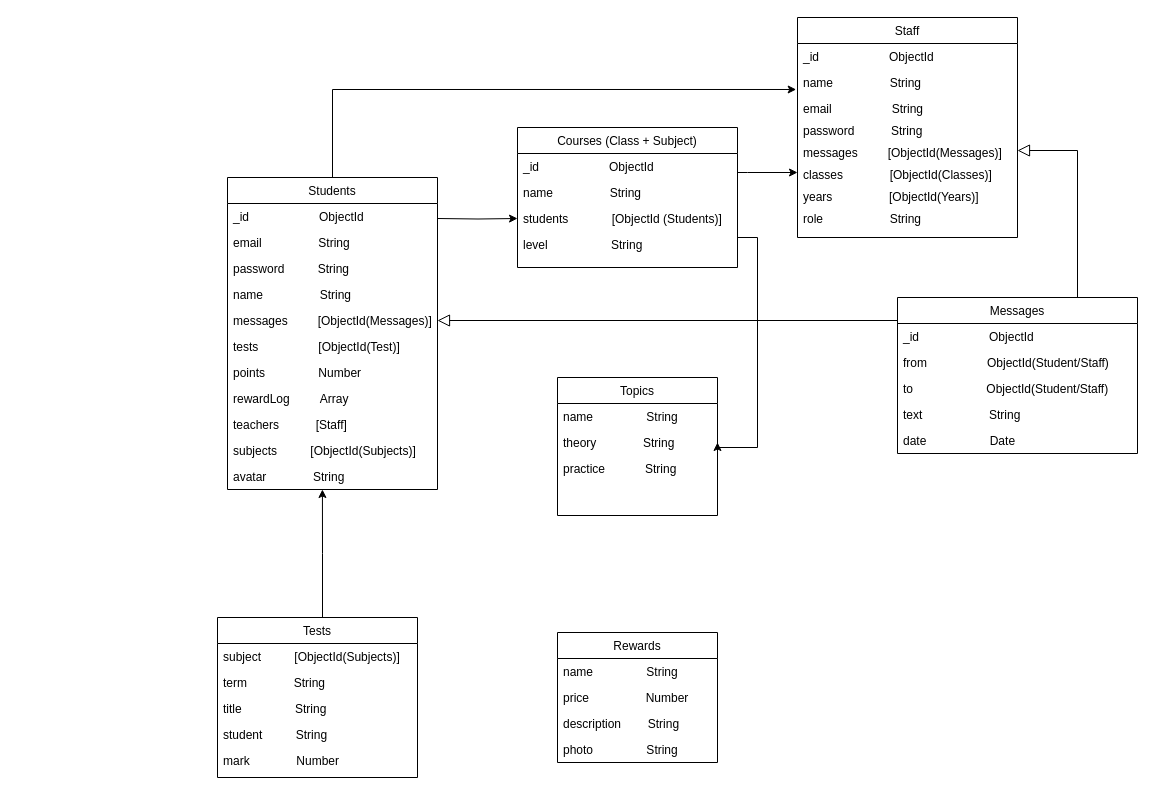
This is page "MVP-1" (2 of 3) of Untitled Diagram.drawio from adrian-diez/Funification, a draw.io file, before an edit. Source tidied: cells renumbered, new cells numbered last; positions are measured from the earlier drawing's top-left corner, leaving out a move shared by most shapes. Both pictures are drawn from the tidied source at 100%, with x=0, y=0 at pixel (217, 17).
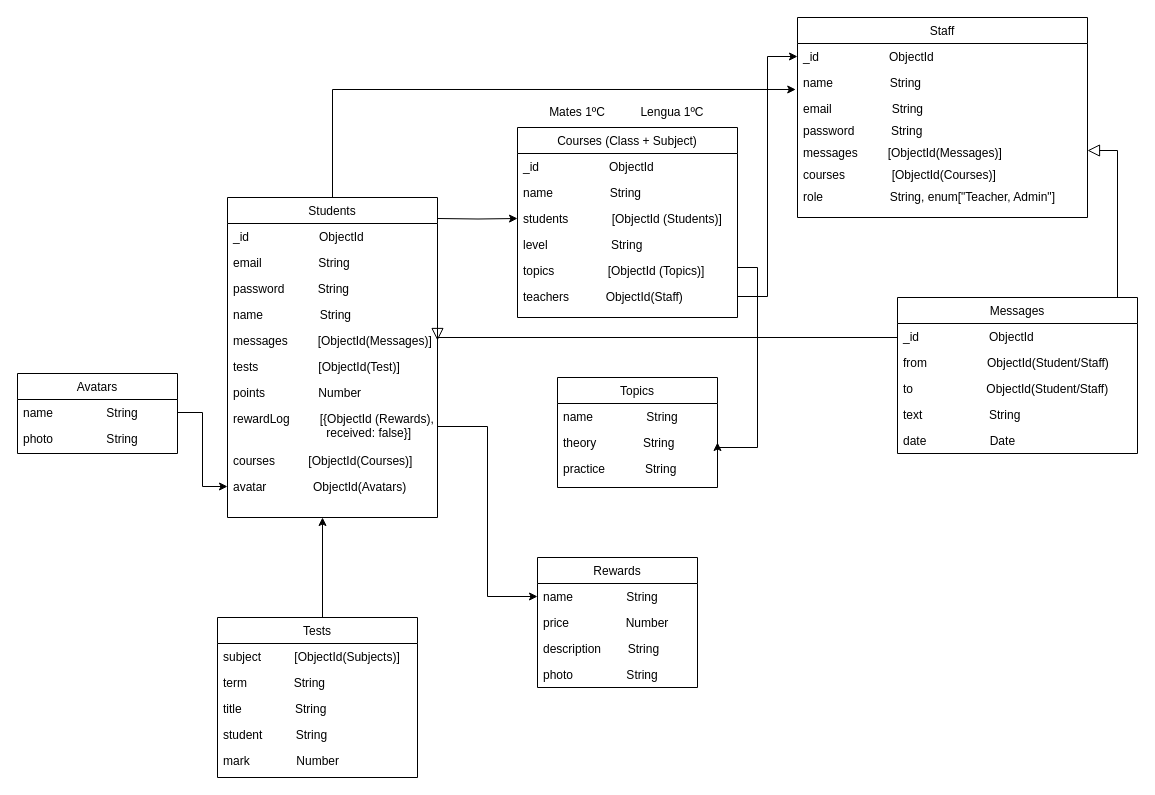
The same page after the edit.

Unchanged cells that the change refers to:
```xml
<mxCell id="3" value="name                String" style="text;align=left;verticalAlign=top;spacingLeft=4;spacingRight=4;overflow=hidden;points=[[0,0.5],[1,0.5]];portConstraint=eastwest;" parent="2" vertex="1">
  <mxGeometry y="26" width="160" height="26" as="geometry" />
</mxCell>
<mxCell id="13" value="messages         [ObjectId(Messages)]" style="text;align=left;verticalAlign=top;spacingLeft=4;spacingRight=4;overflow=hidden;points=[[0,0.5],[1,0.5]];portConstraint=eastwest;rounded=0;shadow=0;html=0;" parent="8" vertex="1">
  <mxGeometry y="130" width="210" height="26" as="geometry" />
</mxCell>
<mxCell id="31" value="_id                     ObjectId" style="text;align=left;verticalAlign=top;spacingLeft=4;spacingRight=4;overflow=hidden;points=[[0,0.5],[1,0.5]];portConstraint=eastwest;" parent="30" vertex="1">
  <mxGeometry y="26" width="220" height="26" as="geometry" />
</mxCell>
<mxCell id="36" value="Tests" style="swimlane;fontStyle=0;align=center;verticalAlign=top;horizontal=1;startSize=26;rounded=0;shadow=0;strokeWidth=1;" parent="1" vertex="1">
  <mxGeometry y="600" width="200" height="160" as="geometry" />
</mxCell>
<mxCell id="44" value="theory              String" style="text;align=left;verticalAlign=top;spacingLeft=4;spacingRight=4;overflow=hidden;points=[[0,0.5],[1,0.5]];portConstraint=eastwest;" parent="42" vertex="1">
  <mxGeometry y="52" width="160" height="26" as="geometry" />
</mxCell>
<mxCell id="48" value="Messages" style="swimlane;fontStyle=0;align=center;verticalAlign=top;horizontal=1;startSize=26;rounded=0;shadow=0;strokeWidth=1;" parent="1" vertex="1">
  <mxGeometry x="680" y="280" width="240" height="156" as="geometry" />
</mxCell>
<mxCell id="51" value="to                      ObjectId(Student/Staff)" style="text;align=left;verticalAlign=top;spacingLeft=4;spacingRight=4;overflow=hidden;points=[[0,0.5],[1,0.5]];portConstraint=eastwest;rounded=0;shadow=0;html=0;" parent="48" vertex="1">
  <mxGeometry y="78" width="240" height="26" as="geometry" />
</mxCell>
```

The edit, as a diff of the source:
```diff
@@
     <mxCell id="2" value="Rewards" style="swimlane;fontStyle=0;align=center;verticalAlign=top;horizontal=1;startSize=26;rounded=0;shadow=0;strokeWidth=1;" parent="1" vertex="1">
-      <mxGeometry x="340" y="615" width="160" height="130" as="geometry" />
+      <mxGeometry x="320" y="540" width="160" height="130" as="geometry" />
     </mxCell>
@@
     <mxCell id="8" value="Students" style="swimlane;fontStyle=0;align=center;verticalAlign=top;horizontal=1;startSize=26;rounded=0;shadow=0;strokeWidth=1;" parent="1" vertex="1">
-      <mxGeometry x="10" y="160" width="210" height="312" as="geometry" />
+      <mxGeometry x="10" y="180" width="210" height="320" as="geometry" />
     </mxCell>
@@
-    <mxCell id="16" value="rewardLog         Array" style="text;align=left;verticalAlign=top;spacingLeft=4;spacingRight=4;overflow=hidden;points=[[0,0.5],[1,0.5]];portConstraint=eastwest;rounded=0;shadow=0;html=0;" parent="8" vertex="1">
-      <mxGeometry y="208" width="210" height="26" as="geometry" />
+    <mxCell id="16" value="rewardLog         [{ObjectId (Rewards),&#10;                            received: false}]" style="text;align=left;verticalAlign=top;spacingLeft=4;spacingRight=4;overflow=hidden;points=[[0,0.5],[1,0.5]];portConstraint=eastwest;rounded=0;shadow=0;html=0;" parent="8" vertex="1">
+      <mxGeometry y="208" width="210" height="42" as="geometry" />
     </mxCell>
-    <mxCell id="17" value="teachers           [Staff]" style="text;align=left;verticalAlign=top;spacingLeft=4;spacingRight=4;overflow=hidden;points=[[0,0.5],[1,0.5]];portConstraint=eastwest;rounded=0;shadow=0;html=0;" parent="8" vertex="1">
-      <mxGeometry y="234" width="210" height="26" as="geometry" />
-    </mxCell>
-    <mxCell id="18" value="subjects          [ObjectId(Subjects)]" style="text;align=left;verticalAlign=top;spacingLeft=4;spacingRight=4;overflow=hidden;rounded=0;shadow=0;html=0;" parent="8" vertex="1">
-      <mxGeometry y="260" width="210" height="26" as="geometry" />
+    <mxCell id="18" value="courses          [ObjectId(Courses)]" style="text;align=left;verticalAlign=top;spacingLeft=4;spacingRight=4;overflow=hidden;rounded=0;shadow=0;html=0;" parent="8" vertex="1">
+      <mxGeometry y="250" width="210" height="26" as="geometry" />
     </mxCell>
-    <mxCell id="19" value="avatar              String" style="text;align=left;verticalAlign=top;spacingLeft=4;spacingRight=4;overflow=hidden;points=[[0,0.5],[1,0.5]];portConstraint=eastwest;rounded=0;shadow=0;html=0;" parent="8" vertex="1">
-      <mxGeometry y="286" width="210" height="26" as="geometry" />
+    <mxCell id="19" value="avatar              ObjectId(Avatars)" style="text;align=left;verticalAlign=top;spacingLeft=4;spacingRight=4;overflow=hidden;points=[[0,0.5],[1,0.5]];portConstraint=eastwest;rounded=0;shadow=0;html=0;" parent="8" vertex="1">
+      <mxGeometry y="276" width="210" height="26" as="geometry" />
     </mxCell>
     <mxCell id="20" value="Staff" style="swimlane;fontStyle=0;align=center;verticalAlign=top;horizontal=1;startSize=26;rounded=0;shadow=0;strokeWidth=1;" parent="1" vertex="1">
-      <mxGeometry x="580" width="220" height="220" as="geometry" />
+      <mxGeometry x="580" width="290" height="200" as="geometry" />
     </mxCell>
     <mxCell id="21" value="_id                     ObjectId" style="text;align=left;verticalAlign=top;spacingLeft=4;spacingRight=4;overflow=hidden;points=[[0,0.5],[1,0.5]];portConstraint=eastwest;" parent="20" vertex="1">
-      <mxGeometry y="26" width="220" height="26" as="geometry" />
+      <mxGeometry y="26" width="290" height="26" as="geometry" />
     </mxCell>
     <mxCell id="22" value="name                 String" style="text;align=left;verticalAlign=top;spacingLeft=4;spacingRight=4;overflow=hidden;points=[[0,0.5],[1,0.5]];portConstraint=eastwest;rounded=0;shadow=0;html=0;" parent="20" vertex="1">
-      <mxGeometry y="52" width="220" height="26" as="geometry" />
+      <mxGeometry y="52" width="290" height="26" as="geometry" />
     </mxCell>
     <mxCell id="23" value="email                  String" style="text;align=left;verticalAlign=top;spacingLeft=4;spacingRight=4;overflow=hidden;rounded=0;shadow=0;html=0;" parent="20" vertex="1">
-      <mxGeometry y="78" width="220" height="22" as="geometry" />
+      <mxGeometry y="78" width="290" height="22" as="geometry" />
     </mxCell>
     <mxCell id="24" value="password           String" style="text;align=left;verticalAlign=top;spacingLeft=4;spacingRight=4;overflow=hidden;rounded=0;shadow=0;html=0;" parent="20" vertex="1">
-      <mxGeometry y="100" width="220" height="22" as="geometry" />
+      <mxGeometry y="100" width="290" height="22" as="geometry" />
     </mxCell>
     <mxCell id="25" value="messages         [ObjectId(Messages)]" style="text;align=left;verticalAlign=top;spacingLeft=4;spacingRight=4;overflow=hidden;points=[[0,0.5],[1,0.5]];portConstraint=eastwest;rounded=0;shadow=0;html=0;" parent="20" vertex="1">
-      <mxGeometry y="122" width="220" height="22" as="geometry" />
+      <mxGeometry y="122" width="290" height="22" as="geometry" />
     </mxCell>
-    <mxCell id="26" value="classes              [ObjectId(Classes)]" style="text;align=left;verticalAlign=top;spacingLeft=4;spacingRight=4;overflow=hidden;points=[[0,0.5],[1,0.5]];portConstraint=eastwest;rounded=0;shadow=0;html=0;" parent="20" vertex="1">
-      <mxGeometry y="144" width="220" height="22" as="geometry" />
+    <mxCell id="26" value="courses              [ObjectId(Courses)]" style="text;align=left;verticalAlign=top;spacingLeft=4;spacingRight=4;overflow=hidden;points=[[0,0.5],[1,0.5]];portConstraint=eastwest;rounded=0;shadow=0;html=0;" parent="20" vertex="1">
+      <mxGeometry y="144" width="290" height="22" as="geometry" />
     </mxCell>
-    <mxCell id="27" value="years                 [ObjectId(Years)]" style="text;align=left;verticalAlign=top;spacingLeft=4;spacingRight=4;overflow=hidden;rounded=0;shadow=0;html=0;" parent="20" vertex="1">
-      <mxGeometry y="166" width="220" height="22" as="geometry" />
-    </mxCell>
-    <mxCell id="28" value="role                    String" style="text;align=left;verticalAlign=top;spacingLeft=4;spacingRight=4;overflow=hidden;rounded=0;shadow=0;html=0;" parent="20" vertex="1">
-      <mxGeometry y="188" width="220" height="22" as="geometry" />
+    <mxCell id="28" value="role                    String, enum[&quot;Teacher, Admin&quot;]" style="text;align=left;verticalAlign=top;spacingLeft=4;spacingRight=4;overflow=hidden;rounded=0;shadow=0;html=0;" parent="20" vertex="1">
+      <mxGeometry y="166" width="290" height="22" as="geometry" />
     </mxCell>
     <mxCell id="29" style="edgeStyle=orthogonalEdgeStyle;rounded=0;jettySize=auto;html=1;entryX=1;entryY=0.5;entryDx=0;entryDy=0;" parent="1" edge="1" source="30" target="44">
       <mxGeometry relative="1" as="geometry">
         <Array as="points">
-          <mxPoint x="540" y="220" />
+          <mxPoint x="540" y="250" />
           <mxPoint x="540" y="430" />
           <mxPoint x="500" y="430" />
         </Array>
       </mxGeometry>
     </mxCell>
     <mxCell id="30" value="Courses (Class + Subject)" style="swimlane;fontStyle=0;align=center;verticalAlign=top;horizontal=1;startSize=26;rounded=0;shadow=0;strokeWidth=1;" parent="1" vertex="1">
-      <mxGeometry x="300" y="110" width="220" height="140" as="geometry" />
+      <mxGeometry x="300" y="110" width="220" height="190" as="geometry" />
     </mxCell>
@@
+    <mxCell id="56" value="topics                [ObjectId (Topics)]" style="text;align=left;verticalAlign=top;spacingLeft=4;spacingRight=4;overflow=hidden;rounded=0;shadow=0;html=0;" parent="30" vertex="1">
+      <mxGeometry y="130" width="220" height="26" as="geometry" />
+    </mxCell>
+    <mxCell id="17" value="teachers           ObjectId(Staff)" style="text;align=left;verticalAlign=top;spacingLeft=4;spacingRight=4;overflow=hidden;points=[[0,0.5],[1,0.5]];portConstraint=eastwest;rounded=0;shadow=0;html=0;" parent="30" vertex="1">
+      <mxGeometry y="156" width="220" height="26" as="geometry" />
+    </mxCell>
-    <mxCell id="35" style="edgeStyle=orthogonalEdgeStyle;rounded=0;jettySize=auto;html=1;entryX=0.452;entryY=1;entryDx=0;entryDy=0;entryPerimeter=0;exitX=0.525;exitY=0;exitDx=0;exitDy=0;exitPerimeter=0;" parent="1" edge="1" source="36" target="19">
-      <mxGeometry relative="1" as="geometry" />
+    <mxCell id="35" style="edgeStyle=orthogonalEdgeStyle;rounded=0;jettySize=auto;html=1;exitX=0.525;exitY=0;exitDx=0;exitDy=0;exitPerimeter=0;" parent="1" edge="1" source="36">
+      <mxGeometry relative="1" as="geometry">
+        <mxPoint x="105" y="500" as="targetPoint" />
+      </mxGeometry>
     </mxCell>
@@
     <mxCell id="42" value="Topics" style="swimlane;fontStyle=0;align=center;verticalAlign=top;horizontal=1;startSize=26;rounded=0;shadow=0;strokeWidth=1;" parent="1" vertex="1">
-      <mxGeometry x="340" y="360" width="160" height="138" as="geometry" />
+      <mxGeometry x="340" y="360" width="160" height="110" as="geometry" />
     </mxCell>
@@
     <mxCell id="46" style="endArrow=block;endSize=10;endFill=0;shadow=0;strokeWidth=1;rounded=0;edgeStyle=orthogonalEdgeStyle;elbow=vertical;entryX=1;entryY=0.5;entryDx=0;entryDy=0;startArrow=none;" parent="1" edge="1" source="48" target="25">
       <mxGeometry relative="1" as="geometry">
         <Array as="points">
-          <mxPoint x="860" y="133" />
+          <mxPoint x="900" y="133" />
         </Array>
       </mxGeometry>
     </mxCell>
     <mxCell id="47" style="endArrow=block;endSize=10;endFill=0;shadow=0;strokeWidth=1;rounded=0;edgeStyle=orthogonalEdgeStyle;elbow=vertical;exitX=0;exitY=0.5;exitDx=0;exitDy=0;entryX=1;entryY=0.5;entryDx=0;entryDy=0;" parent="1" edge="1" source="51" target="13">
       <mxGeometry relative="1" as="geometry">
         <Array as="points">
-          <mxPoint x="680" y="303" />
+          <mxPoint x="680" y="320" />
+          <mxPoint x="220" y="320" />
         </Array>
       </mxGeometry>
     </mxCell>
@@
-    <mxCell id="55" style="edgeStyle=orthogonalEdgeStyle;rounded=0;jettySize=auto;html=1;entryX=0;entryY=0.5;entryDx=0;entryDy=0;" parent="1" edge="1" source="31" target="26">
-      <mxGeometry relative="1" as="geometry">
-        <Array as="points">
-          <mxPoint x="530" y="155" />
-          <mxPoint x="530" y="155" />
-        </Array>
-      </mxGeometry>
-    </mxCell>
+    <mxCell id="57" value="Mates 1ºC" style="text;html=1;strokeColor=none;fillColor=none;align=center;verticalAlign=middle;whiteSpace=wrap;rounded=0;" parent="1" vertex="1">
+      <mxGeometry x="330" y="80" width="60" height="30" as="geometry" />
+    </mxCell>
+    <mxCell id="58" value="Lengua 1ºC" style="text;html=1;strokeColor=none;fillColor=none;align=center;verticalAlign=middle;whiteSpace=wrap;rounded=0;" parent="1" vertex="1">
+      <mxGeometry x="420" y="80" width="70" height="30" as="geometry" />
+    </mxCell>
+    <mxCell id="59" value="Avatars" style="swimlane;fontStyle=0;align=center;verticalAlign=top;horizontal=1;startSize=26;rounded=0;shadow=0;strokeWidth=1;" parent="1" vertex="1">
+      <mxGeometry x="-200" y="356" width="160" height="80" as="geometry" />
+    </mxCell>
+    <mxCell id="60" value="name                String" style="text;align=left;verticalAlign=top;spacingLeft=4;spacingRight=4;overflow=hidden;points=[[0,0.5],[1,0.5]];portConstraint=eastwest;" parent="59" vertex="1">
+      <mxGeometry y="26" width="160" height="26" as="geometry" />
+    </mxCell>
+    <mxCell id="61" value="photo                String&#10;" style="text;align=left;verticalAlign=top;spacingLeft=4;spacingRight=4;overflow=hidden;" parent="59" vertex="1">
+      <mxGeometry y="52" width="160" height="26" as="geometry" />
+    </mxCell>
+    <mxCell id="62" style="edgeStyle=orthogonalEdgeStyle;rounded=0;jettySize=auto;html=1;" parent="1" edge="1" source="60" target="19">
+      <mxGeometry relative="1" as="geometry" />
+    </mxCell>
+    <mxCell id="63" style="edgeStyle=orthogonalEdgeStyle;rounded=0;jettySize=auto;html=1;entryX=0;entryY=0.5;entryDx=0;entryDy=0;" parent="1" edge="1" source="17" target="21">
+      <mxGeometry relative="1" as="geometry" />
+    </mxCell>
+    <mxCell id="64" style="edgeStyle=orthogonalEdgeStyle;rounded=0;jettySize=auto;html=1;entryX=0;entryY=0.5;entryDx=0;entryDy=0;" parent="1" edge="1" source="16" target="3">
+      <mxGeometry relative="1" as="geometry" />
+    </mxCell>
```
